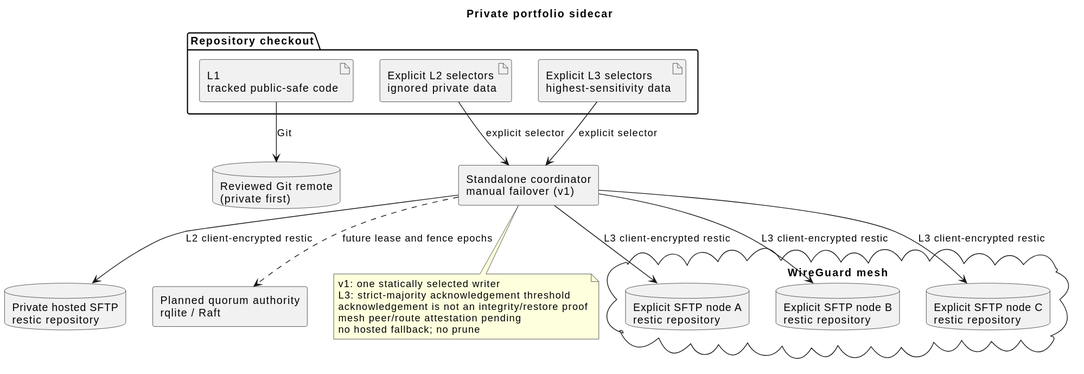
Before: docs/diagrams/private-sidecar.puml.svg, a diagram exported from PlantUML (casonk/traction-control). The source it was exported from:
```plantuml
@startuml
title Private portfolio sidecar

skinparam componentStyle rectangle
skinparam shadowing false

folder "Repository checkout" {
  artifact "L1\ntracked public-safe code" as L1
  artifact "Explicit L2 selectors\nignored private data" as L2
  artifact "Explicit L3 selectors\nhighest-sensitivity data" as L3
}

component "Standalone coordinator\nmanual failover (v1)" as Coordinator
database "Reviewed Git remote\n(private first)" as GitRemote
database "Private hosted SFTP\nrestic repository" as Hosted

cloud "WireGuard mesh" {
  database "Explicit SFTP node A\nrestic repository" as NodeA
  database "Explicit SFTP node B\nrestic repository" as NodeB
  database "Explicit SFTP node C\nrestic repository" as NodeC
}

component "Planned quorum authority\nrqlite / Raft" as Authority

L1 --> GitRemote : Git
L2 --> Coordinator : explicit selector
L3 --> Coordinator : explicit selector
Coordinator --> Hosted : L2 client-encrypted restic
Coordinator --> NodeA : L3 client-encrypted restic
Coordinator --> NodeB : L3 client-encrypted restic
Coordinator --> NodeC : L3 client-encrypted restic
Coordinator ..> Authority : future lease and fence epochs

note bottom of Coordinator
  v1: one statically selected writer
  L3: strict-majority acknowledgement threshold
  acknowledgement is not an integrity/restore proof
  mesh peer/route attestation pending
  no hosted fallback; no prune
end note
@enduml
```
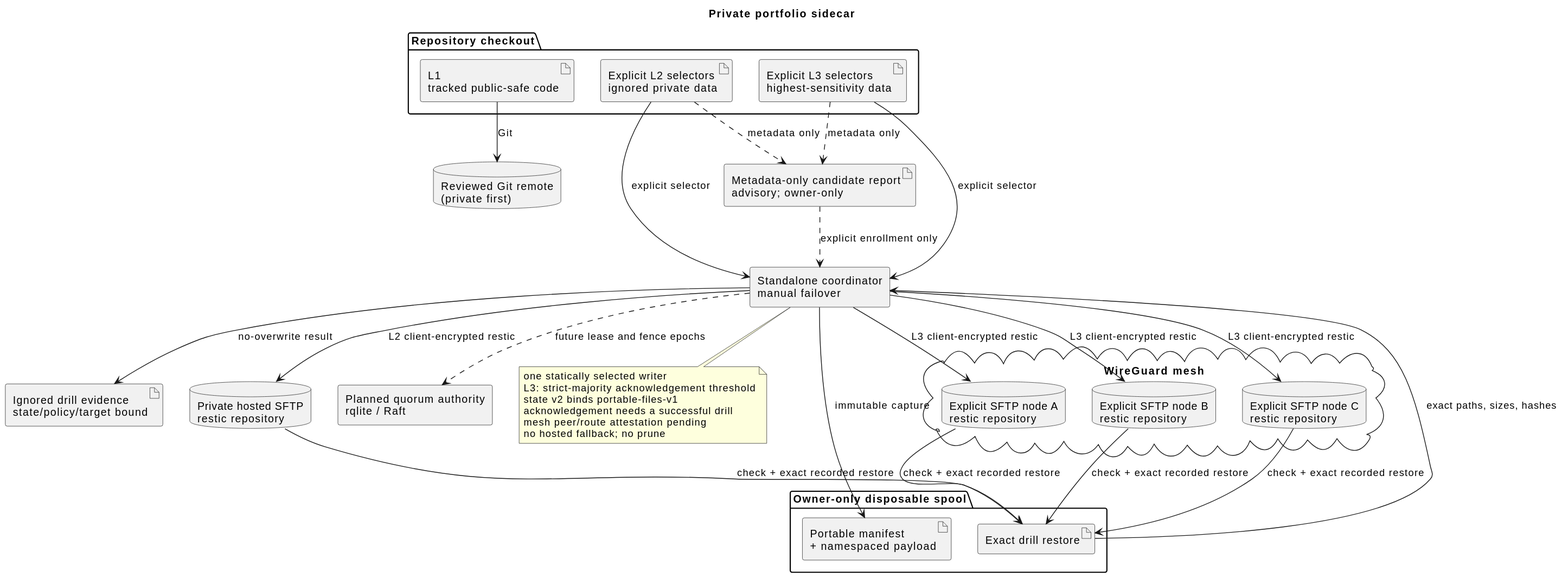
After the commit.

The edit, as a diff of the source:
```diff
@@ -10,7 +10,13 @@
   artifact "Explicit L3 selectors\nhighest-sensitivity data" as L3
 }
 
-component "Standalone coordinator\nmanual failover (v1)" as Coordinator
+artifact "Metadata-only candidate report\nadvisory; owner-only" as Inventory
+component "Standalone coordinator\nmanual failover" as Coordinator
+folder "Owner-only disposable spool" as Spool {
+  artifact "Portable manifest\n+ namespaced payload" as Portable
+  artifact "Exact drill restore" as Restore
+}
+artifact "Ignored drill evidence\nstate/policy/target bound" as Evidence
 database "Reviewed Git remote\n(private first)" as GitRemote
 database "Private hosted SFTP\nrestic repository" as Hosted
 
@@ -23,18 +29,29 @@
 component "Planned quorum authority\nrqlite / Raft" as Authority
 
 L1 --> GitRemote : Git
+L2 ..> Inventory : metadata only
+L3 ..> Inventory : metadata only
+Inventory ..> Coordinator : explicit enrollment only
 L2 --> Coordinator : explicit selector
 L3 --> Coordinator : explicit selector
+Coordinator --> Portable : immutable capture
 Coordinator --> Hosted : L2 client-encrypted restic
 Coordinator --> NodeA : L3 client-encrypted restic
 Coordinator --> NodeB : L3 client-encrypted restic
 Coordinator --> NodeC : L3 client-encrypted restic
+Hosted --> Restore : check + exact recorded restore
+NodeA --> Restore : check + exact recorded restore
+NodeB --> Restore : check + exact recorded restore
+NodeC --> Restore : check + exact recorded restore
+Restore --> Coordinator : exact paths, sizes, hashes
+Coordinator --> Evidence : no-overwrite result
 Coordinator ..> Authority : future lease and fence epochs
 
 note bottom of Coordinator
-  v1: one statically selected writer
+  one statically selected writer
   L3: strict-majority acknowledgement threshold
-  acknowledgement is not an integrity/restore proof
+  state v2 binds portable-files-v1
+  acknowledgement needs a successful drill
   mesh peer/route attestation pending
   no hosted fallback; no prune
 end note
```
